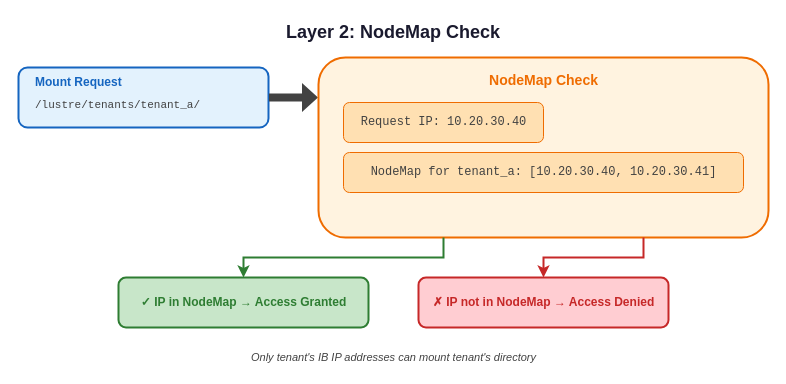
Above: docs/diagrams/nodemap-check.drawio in aamir939/Documentation (draw.io), before the change. Source tidied: cells renumbered, new cells numbered last; positions are measured from the earlier drawing's top-left corner, leaving out a move shared by most shapes. Both pictures are drawn from the tidied source at 100%, with x=0, y=0 at pixel (18, 17).
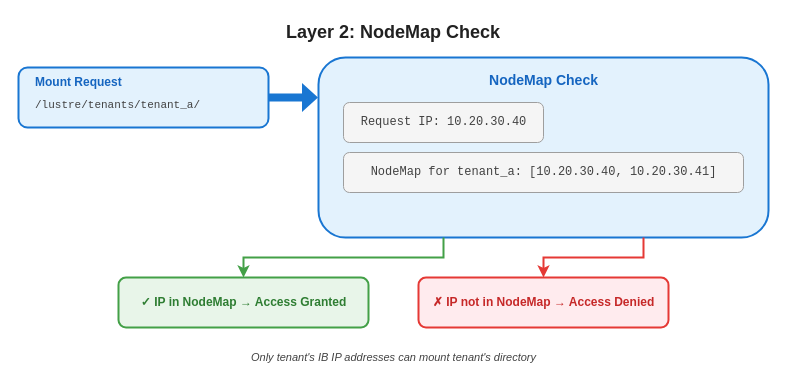
Above is the later version.

Diff of the diagram source:
```diff
@@
-    <mxCell id="2" value="Layer 2: NodeMap Check" style="text;html=1;strokeColor=none;fillColor=none;align=center;verticalAlign=middle;whiteSpace=wrap;rounded=0;fontSize=18;fontStyle=1;fontColor=#1a1a2e;" parent="1" vertex="1">
+    <mxCell id="2" value="Layer 2: NodeMap Check" style="text;html=1;strokeColor=none;fillColor=none;align=center;verticalAlign=middle;whiteSpace=wrap;rounded=0;fontSize=18;fontStyle=1;fontColor=#212121;" parent="1" vertex="1">
       <mxGeometry x="225" width="300" height="30" as="geometry" />
     </mxCell>
-    <mxCell id="3" style="rounded=1;whiteSpace=wrap;html=1;fillColor=#e3f2fd;strokeColor=#1565c0;strokeWidth=2;" parent="1" vertex="1">
+    <mxCell id="3" style="rounded=1;whiteSpace=wrap;html=1;fillColor=#e3f2fd;strokeColor=#1976d2;strokeWidth=2;" parent="1" vertex="1">
       <mxGeometry y="50" width="250" height="60" as="geometry" />
     </mxCell>
@@
-    <mxCell id="6" style="shape=flexArrow;endArrow=classic;html=1;fillColor=#424242;strokeColor=none;width=8;endSize=5;" parent="1" edge="1">
+    <mxCell id="6" style="shape=flexArrow;endArrow=classic;html=1;fillColor=#1976d2;strokeColor=none;width=8;endSize=5;" parent="1" edge="1">
       <mxGeometry relative="1" as="geometry">
         <mxPoint x="250" y="80" as="sourcePoint" />
         <mxPoint x="300" y="80" as="targetPoint" />
       </mxGeometry>
     </mxCell>
-    <mxCell id="7" style="rounded=1;whiteSpace=wrap;html=1;fillColor=#fff3e0;strokeColor=#ef6c00;strokeWidth=2;" parent="1" vertex="1">
+    <mxCell id="7" style="rounded=1;whiteSpace=wrap;html=1;fillColor=#e3f2fd;strokeColor=#1976d2;strokeWidth=2;" parent="1" vertex="1">
       <mxGeometry x="300" y="40" width="450" height="180" as="geometry" />
     </mxCell>
-    <mxCell id="8" value="NodeMap Check" style="text;html=1;strokeColor=none;fillColor=none;align=center;verticalAlign=middle;fontStyle=1;fontSize=14;fontColor=#ef6c00;" parent="1" vertex="1">
+    <mxCell id="8" value="NodeMap Check" style="text;html=1;strokeColor=none;fillColor=none;align=center;verticalAlign=middle;fontStyle=1;fontSize=14;fontColor=#1565c0;" parent="1" vertex="1">
       <mxGeometry x="425" y="50" width="200" height="25" as="geometry" />
     </mxCell>
-    <mxCell id="9" style="rounded=1;whiteSpace=wrap;html=1;fillColor=#ffe0b2;strokeColor=#ef6c00;strokeWidth=1;" parent="1" vertex="1">
+    <mxCell id="9" style="rounded=1;whiteSpace=wrap;html=1;fillColor=#f5f5f5;strokeColor=#9e9e9e;strokeWidth=1;" parent="1" vertex="1">
       <mxGeometry x="325" y="85" width="200" height="40" as="geometry" />
     </mxCell>
@@
-    <mxCell id="11" style="rounded=1;whiteSpace=wrap;html=1;fillColor=#ffe0b2;strokeColor=#ef6c00;strokeWidth=1;" parent="1" vertex="1">
+    <mxCell id="11" style="rounded=1;whiteSpace=wrap;html=1;fillColor=#f5f5f5;strokeColor=#9e9e9e;strokeWidth=1;" parent="1" vertex="1">
       <mxGeometry x="325" y="135" width="400" height="40" as="geometry" />
     </mxCell>
@@
-    <mxCell id="13" style="rounded=1;whiteSpace=wrap;html=1;fillColor=#c8e6c9;strokeColor=#2e7d32;strokeWidth=2;" parent="1" vertex="1">
+    <mxCell id="13" style="rounded=1;whiteSpace=wrap;html=1;fillColor=#e8f5e9;strokeColor=#43a047;strokeWidth=2;" parent="1" vertex="1">
       <mxGeometry x="100" y="260" width="250" height="50" as="geometry" />
     </mxCell>
@@
-    <mxCell id="15" style="rounded=1;whiteSpace=wrap;html=1;fillColor=#ffcdd2;strokeColor=#c62828;strokeWidth=2;" parent="1" vertex="1">
+    <mxCell id="15" style="rounded=1;whiteSpace=wrap;html=1;fillColor=#ffebee;strokeColor=#e53935;strokeWidth=2;" parent="1" vertex="1">
       <mxGeometry x="400" y="260" width="250" height="50" as="geometry" />
     </mxCell>
@@
-    <mxCell id="17" style="edgeStyle=orthogonalEdgeStyle;rounded=0;jettySize=auto;html=1;strokeWidth=2;strokeColor=#2e7d32;entryX=0.5;entryY=0;" parent="1" edge="1" target="13">
+    <mxCell id="17" style="edgeStyle=orthogonalEdgeStyle;rounded=0;jettySize=auto;html=1;strokeWidth=2;strokeColor=#43a047;entryX=0.5;entryY=0;" parent="1" edge="1" target="13">
       <mxGeometry relative="1" as="geometry">
         <mxPoint x="425" y="220" as="sourcePoint" />
         <Array as="points">
           <mxPoint x="425" y="240" />
           <mxPoint x="225" y="240" />
         </Array>
       </mxGeometry>
     </mxCell>
-    <mxCell id="18" style="edgeStyle=orthogonalEdgeStyle;rounded=0;jettySize=auto;html=1;strokeWidth=2;strokeColor=#c62828;entryX=0.5;entryY=0;" parent="1" edge="1" target="15">
+    <mxCell id="18" style="edgeStyle=orthogonalEdgeStyle;rounded=0;jettySize=auto;html=1;strokeWidth=2;strokeColor=#e53935;entryX=0.5;entryY=0;" parent="1" edge="1" target="15">
       <mxGeometry relative="1" as="geometry">
         <mxPoint x="625" y="220" as="sourcePoint" />
         <Array as="points">
           <mxPoint x="625" y="240" />
           <mxPoint x="525" y="240" />
         </Array>
       </mxGeometry>
     </mxCell>
```
